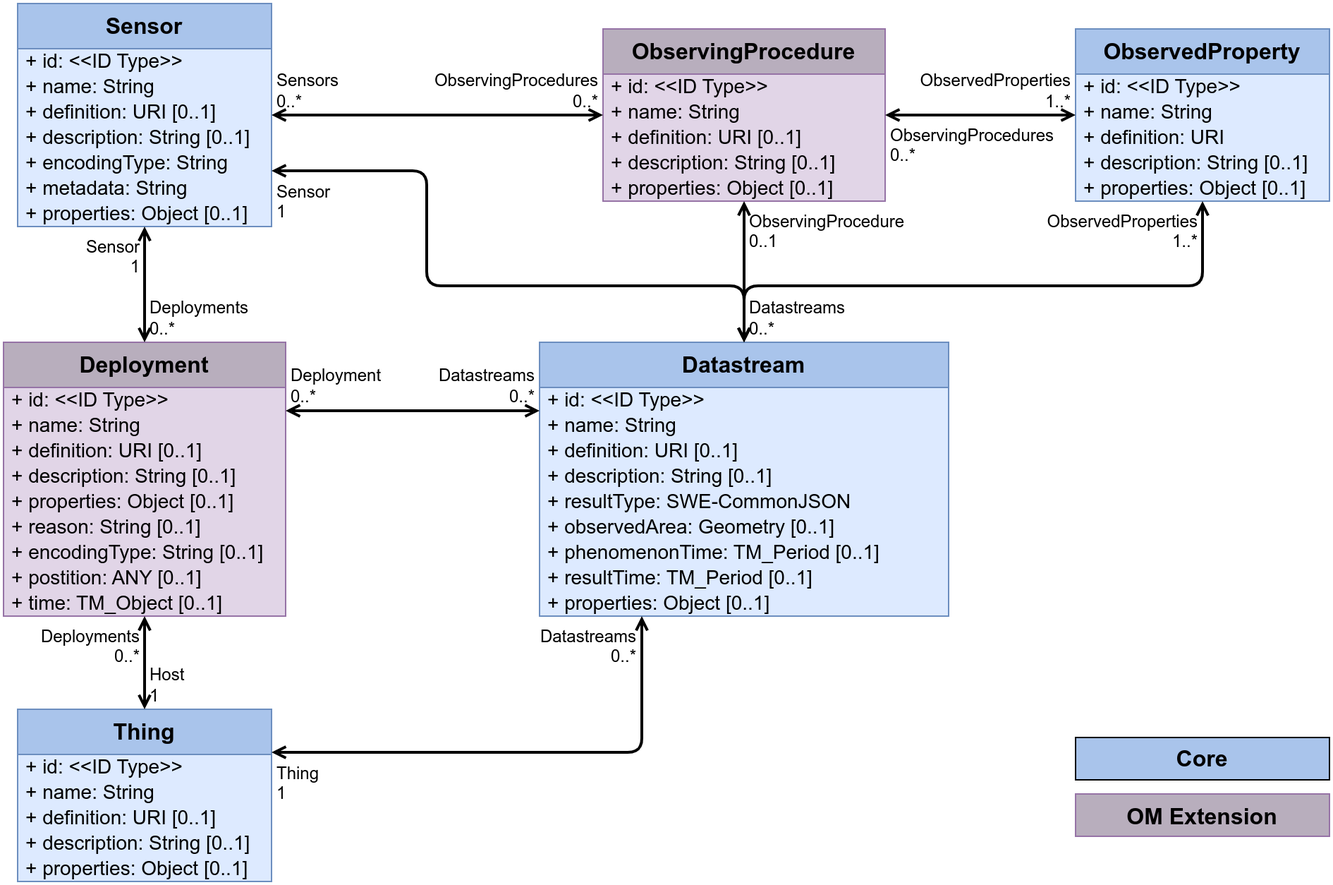
The draw.io diagram figures/Datamodel-SensorThingsApi-V2-OM.drawio.png in opengeospatial/sensorthings, before a commit. Source tidied: cells renumbered, new cells last; positions are measured from the earlier drawing's top-left corner, leaving out a move shared by most shapes.
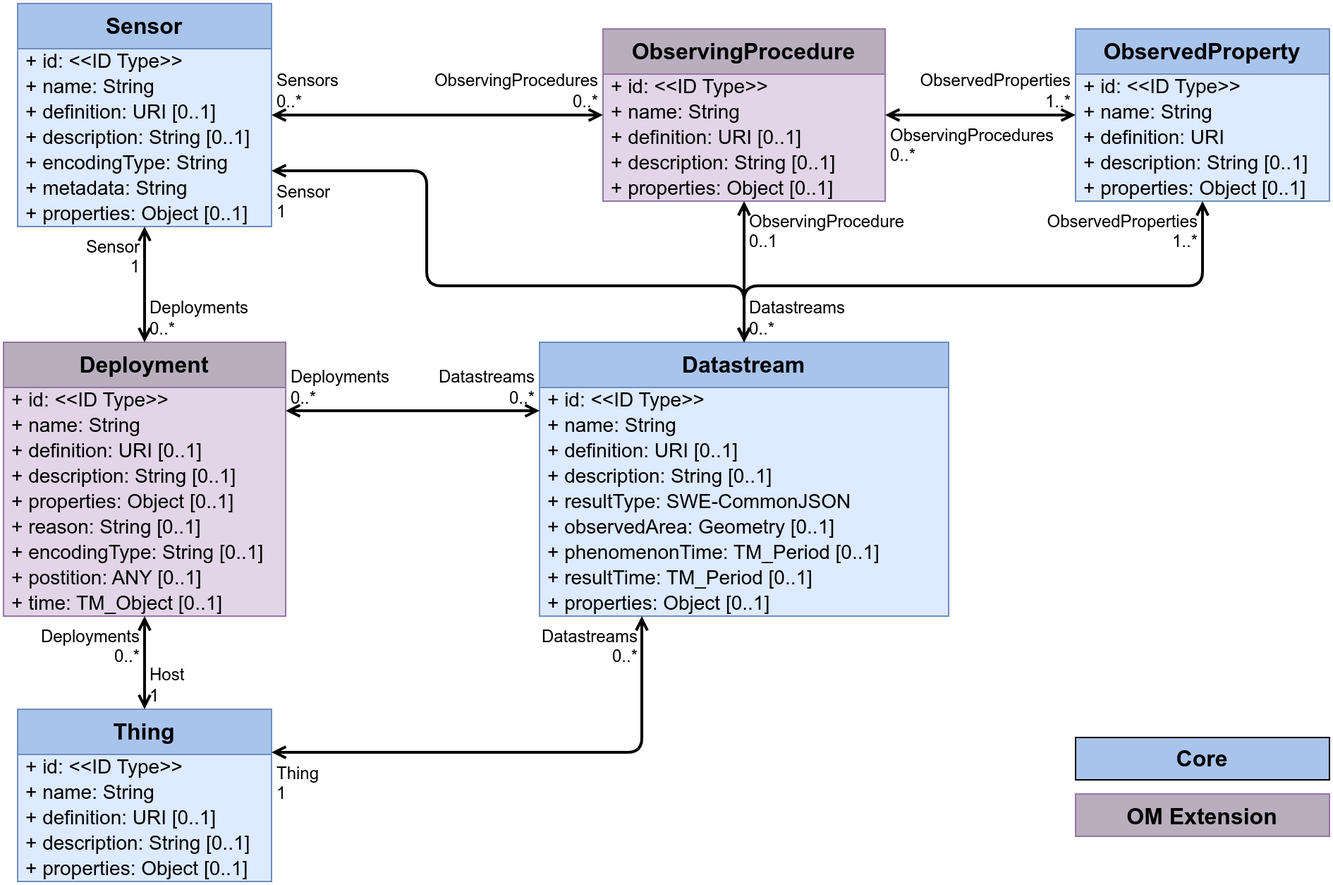
Later version of the same file.

Commit message:
Updated relation name of Datastream/Deployments

The edit, as a diff of the source:
```diff
@@ -211,7 +211,7 @@
     <mxCell id="67" style="endArrow=open;startArrow=open;html=1;rounded=1;exitX=1;exitY=0.25;exitDx=0;exitDy=0;entryX=0;entryY=0.25;entryDx=0;entryDy=0;edgeStyle=orthogonalEdgeStyle;strokeWidth=2;startFill=0;endFill=0;" parent="1" edge="1" source="12" target="2">
       <mxGeometry relative="1" as="geometry" />
     </mxCell>
-    <mxCell id="68" value="Deployment&lt;br&gt;0..*" style="edgeLabel;html=1;align=left;verticalAlign=bottom;labelBackgroundColor=none;fontSize=12;spacingLeft=1;spacing=3;spacingRight=2;" parent="67" vertex="1">
+    <mxCell id="68" value="Deployments&lt;br&gt;0..*" style="edgeLabel;html=1;align=left;verticalAlign=bottom;labelBackgroundColor=none;fontSize=12;spacingLeft=1;spacing=3;spacingRight=2;" parent="67" vertex="1">
       <mxGeometry x="-1" relative="1" as="geometry" />
     </mxCell>
     <mxCell id="69" value="Datastreams&lt;br&gt;0..*" style="edgeLabel;html=1;align=right;verticalAlign=bottom;labelBackgroundColor=none;fontSize=12;spacingLeft=1;spacing=3;spacingRight=2;" parent="67" vertex="1">
```
